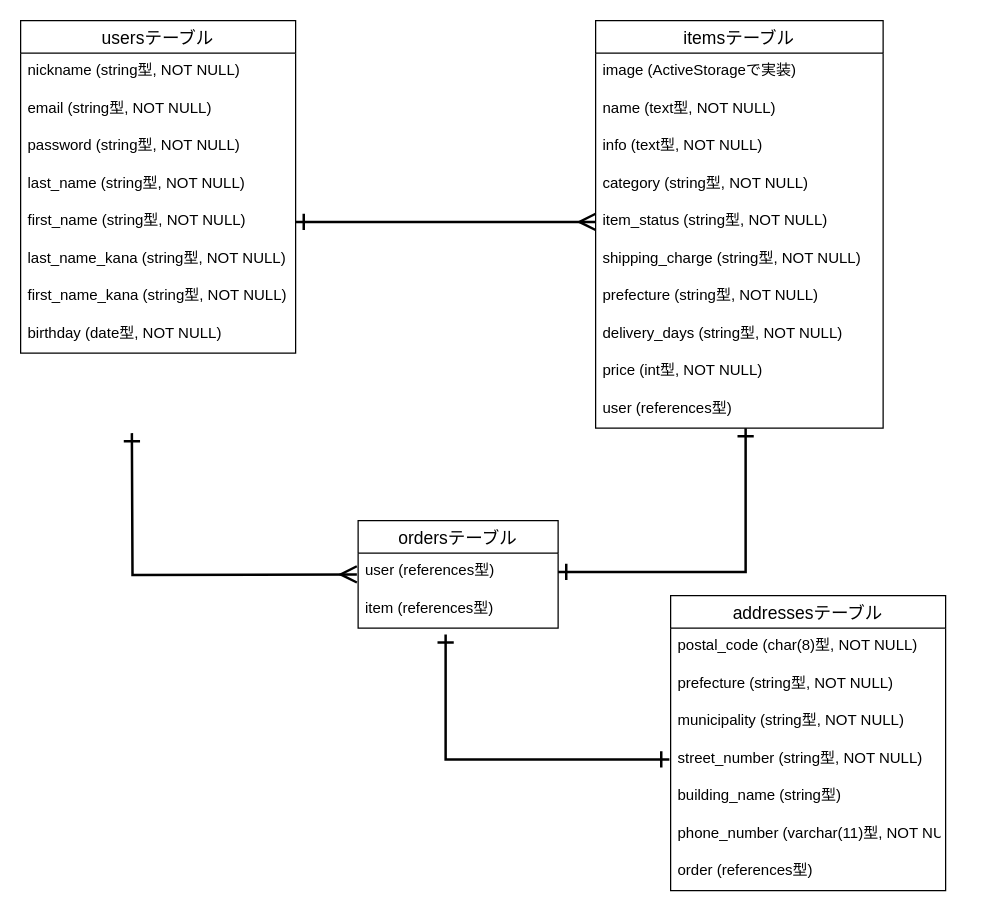
The draw.io diagram ER.dio in hardyhoshi/furima-33004, before the edit. Source tidied: cells renumbered, new cells numbered last; positions are measured from the earlier drawing's top-left corner, leaving out a move shared by most shapes. Both pictures are drawn from the tidied source at 125%, with x=0, y=0 at pixel (20, 20).
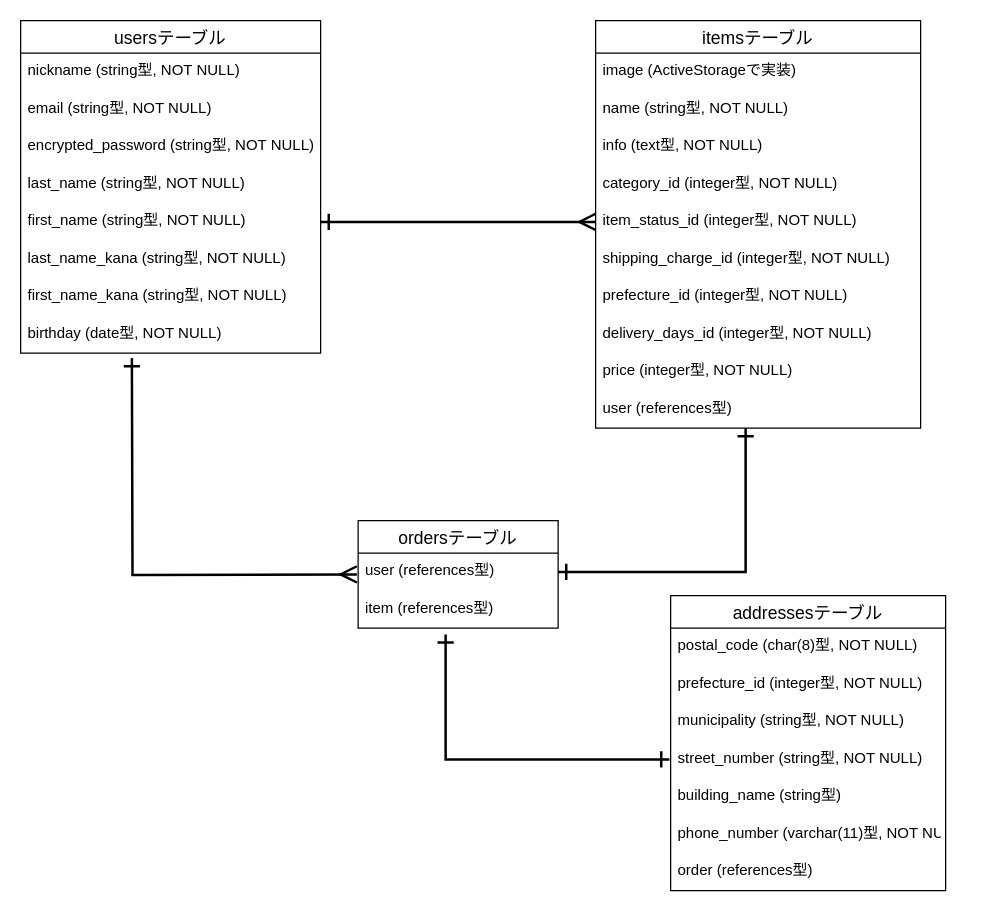
Above is the later version.

The change refers to these unchanged cells:
```xml
<mxCell id="11" value="addressesテーブル" style="swimlane;fontStyle=0;horizontal=1;startSize=26;align=center;fontSize=14;" parent="1" vertex="1">
  <mxGeometry x="520" y="460" width="220" height="236" as="geometry" />
</mxCell>
```

The edit, as a diff of the source:
```diff
@@
     <mxCell id="2" value="usersテーブル" style="swimlane;fontStyle=0;horizontal=1;startSize=26;align=center;fontSize=14;" parent="1" vertex="1">
-      <mxGeometry width="220" height="266" as="geometry" />
+      <mxGeometry width="240" height="266" as="geometry" />
     </mxCell>
     <mxCell id="3" value="nickname (string型, NOT NULL)" style="text;strokeColor=none;fillColor=none;spacingLeft=4;spacingRight=4;overflow=hidden;fontSize=12;" parent="2" vertex="1">
-      <mxGeometry y="26" width="220" height="30" as="geometry" />
+      <mxGeometry y="26" width="240" height="30" as="geometry" />
     </mxCell>
     <mxCell id="4" value="email (string型, NOT NULL)" style="text;strokeColor=none;fillColor=none;spacingLeft=4;spacingRight=4;overflow=hidden;fontSize=12;" parent="2" vertex="1">
-      <mxGeometry y="56" width="220" height="30" as="geometry" />
+      <mxGeometry y="56" width="240" height="30" as="geometry" />
     </mxCell>
-    <mxCell id="5" value="password (string型, NOT NULL)" style="text;strokeColor=none;fillColor=none;spacingLeft=4;spacingRight=4;overflow=hidden;fontSize=12;" parent="2" vertex="1">
-      <mxGeometry y="86" width="220" height="30" as="geometry" />
+    <mxCell id="5" value="encrypted_password (string型, NOT NULL)" style="text;strokeColor=none;fillColor=none;spacingLeft=4;spacingRight=4;overflow=hidden;fontSize=12;" parent="2" vertex="1">
+      <mxGeometry y="86" width="240" height="30" as="geometry" />
     </mxCell>
     <mxCell id="6" value="last_name (string型, NOT NULL)" style="text;strokeColor=none;fillColor=none;spacingLeft=4;spacingRight=4;overflow=hidden;fontSize=12;" parent="2" vertex="1">
-      <mxGeometry y="116" width="220" height="30" as="geometry" />
+      <mxGeometry y="116" width="240" height="30" as="geometry" />
     </mxCell>
     <mxCell id="7" value="first_name (string型, NOT NULL)" style="text;strokeColor=none;fillColor=none;spacingLeft=4;spacingRight=4;overflow=hidden;points=[[0,0.5],[1,0.5]];portConstraint=eastwest;fontSize=12;" parent="2" vertex="1">
-      <mxGeometry y="146" width="220" height="30" as="geometry" />
+      <mxGeometry y="146" width="240" height="30" as="geometry" />
     </mxCell>
     <mxCell id="8" value="last_name_kana (string型, NOT NULL)" style="text;strokeColor=none;fillColor=none;spacingLeft=4;spacingRight=4;overflow=hidden;fontSize=12;" parent="2" vertex="1">
-      <mxGeometry y="176" width="220" height="30" as="geometry" />
+      <mxGeometry y="176" width="240" height="30" as="geometry" />
     </mxCell>
     <mxCell id="9" value="first_name_kana (string型, NOT NULL)" style="text;strokeColor=none;fillColor=none;spacingLeft=4;spacingRight=4;overflow=hidden;fontSize=12;" parent="2" vertex="1">
-      <mxGeometry y="206" width="220" height="30" as="geometry" />
+      <mxGeometry y="206" width="240" height="30" as="geometry" />
     </mxCell>
     <mxCell id="10" value="birthday (date型, NOT NULL)" style="text;strokeColor=none;fillColor=none;spacingLeft=4;spacingRight=4;overflow=hidden;fontSize=12;" parent="2" vertex="1">
-      <mxGeometry y="236" width="220" height="30" as="geometry" />
+      <mxGeometry y="236" width="240" height="30" as="geometry" />
     </mxCell>
@@
-    <mxCell id="13" value="prefecture (string型, NOT NULL)" style="text;strokeColor=none;fillColor=none;spacingLeft=4;spacingRight=4;overflow=hidden;fontSize=12;" parent="11" vertex="1">
+    <mxCell id="13" value="prefecture_id (integer型, NOT NULL)" style="text;strokeColor=none;fillColor=none;spacingLeft=4;spacingRight=4;overflow=hidden;fontSize=12;" parent="11" vertex="1">
       <mxGeometry y="56" width="220" height="30" as="geometry" />
     </mxCell>
@@
     <mxCell id="19" value="itemsテーブル" style="swimlane;fontStyle=0;horizontal=1;startSize=26;align=center;fontSize=14;" parent="1" vertex="1">
-      <mxGeometry x="460" width="230" height="326" as="geometry" />
+      <mxGeometry x="460" width="260" height="326" as="geometry" />
     </mxCell>
     <mxCell id="20" value="image (ActiveStorageで実装)" style="text;strokeColor=none;fillColor=none;spacingLeft=4;spacingRight=4;overflow=hidden;fontSize=12;" parent="19" vertex="1">
-      <mxGeometry y="26" width="230" height="30" as="geometry" />
+      <mxGeometry y="26" width="260" height="30" as="geometry" />
     </mxCell>
-    <mxCell id="21" value="name (text型, NOT NULL)" style="text;strokeColor=none;fillColor=none;spacingLeft=4;spacingRight=4;overflow=hidden;fontSize=12;" parent="19" vertex="1">
-      <mxGeometry y="56" width="230" height="30" as="geometry" />
+    <mxCell id="21" value="name (string型, NOT NULL)" style="text;strokeColor=none;fillColor=none;spacingLeft=4;spacingRight=4;overflow=hidden;fontSize=12;" parent="19" vertex="1">
+      <mxGeometry y="56" width="260" height="30" as="geometry" />
     </mxCell>
     <mxCell id="22" value="info (text型, NOT NULL)" style="text;strokeColor=none;fillColor=none;spacingLeft=4;spacingRight=4;overflow=hidden;fontSize=12;" parent="19" vertex="1">
-      <mxGeometry y="86" width="230" height="30" as="geometry" />
+      <mxGeometry y="86" width="260" height="30" as="geometry" />
     </mxCell>
-    <mxCell id="23" value="category (string型, NOT NULL)" style="text;strokeColor=none;fillColor=none;spacingLeft=4;spacingRight=4;overflow=hidden;fontSize=12;fontStyle=0;" parent="19" vertex="1">
-      <mxGeometry y="116" width="230" height="30" as="geometry" />
+    <mxCell id="23" value="category_id (integer型, NOT NULL)" style="text;strokeColor=none;fillColor=none;spacingLeft=4;spacingRight=4;overflow=hidden;fontSize=12;fontStyle=0;" parent="19" vertex="1">
+      <mxGeometry y="116" width="260" height="30" as="geometry" />
     </mxCell>
-    <mxCell id="24" value="item_status (string型, NOT NULL)" style="text;strokeColor=none;fillColor=none;spacingLeft=4;spacingRight=4;overflow=hidden;points=[[0,0.5],[1,0.5]];portConstraint=eastwest;fontSize=12;fontStyle=0;" parent="19" vertex="1">
-      <mxGeometry y="146" width="230" height="30" as="geometry" />
+    <mxCell id="24" value="item_status_id (integer型, NOT NULL)" style="text;strokeColor=none;fillColor=none;spacingLeft=4;spacingRight=4;overflow=hidden;points=[[0,0.5],[1,0.5]];portConstraint=eastwest;fontSize=12;fontStyle=0;" parent="19" vertex="1">
+      <mxGeometry y="146" width="260" height="30" as="geometry" />
     </mxCell>
-    <mxCell id="25" value="shipping_charge (string型, NOT NULL)" style="text;strokeColor=none;fillColor=none;spacingLeft=4;spacingRight=4;overflow=hidden;fontSize=12;" parent="19" vertex="1">
-      <mxGeometry y="176" width="230" height="30" as="geometry" />
+    <mxCell id="25" value="shipping_charge_id (integer型, NOT NULL)" style="text;strokeColor=none;fillColor=none;spacingLeft=4;spacingRight=4;overflow=hidden;fontSize=12;" parent="19" vertex="1">
+      <mxGeometry y="176" width="260" height="30" as="geometry" />
     </mxCell>
-    <mxCell id="26" value="prefecture (string型, NOT NULL)" style="text;strokeColor=none;fillColor=none;spacingLeft=4;spacingRight=4;overflow=hidden;fontSize=12;" parent="19" vertex="1">
-      <mxGeometry y="206" width="230" height="30" as="geometry" />
+    <mxCell id="26" value="prefecture_id (integer型, NOT NULL)" style="text;strokeColor=none;fillColor=none;spacingLeft=4;spacingRight=4;overflow=hidden;fontSize=12;" parent="19" vertex="1">
+      <mxGeometry y="206" width="260" height="30" as="geometry" />
     </mxCell>
-    <mxCell id="27" value="delivery_days (string型, NOT NULL)" style="text;strokeColor=none;fillColor=none;spacingLeft=4;spacingRight=4;overflow=hidden;fontSize=12;" parent="19" vertex="1">
-      <mxGeometry y="236" width="230" height="30" as="geometry" />
+    <mxCell id="27" value="delivery_days_id (integer型, NOT NULL)" style="text;strokeColor=none;fillColor=none;spacingLeft=4;spacingRight=4;overflow=hidden;fontSize=12;" parent="19" vertex="1">
+      <mxGeometry y="236" width="260" height="30" as="geometry" />
     </mxCell>
-    <mxCell id="28" value="price (int型, NOT NULL)" style="text;strokeColor=none;fillColor=none;spacingLeft=4;spacingRight=4;overflow=hidden;fontSize=12;" parent="19" vertex="1">
-      <mxGeometry y="266" width="230" height="30" as="geometry" />
+    <mxCell id="28" value="price (integer型, NOT NULL)" style="text;strokeColor=none;fillColor=none;spacingLeft=4;spacingRight=4;overflow=hidden;fontSize=12;" parent="19" vertex="1">
+      <mxGeometry y="266" width="260" height="30" as="geometry" />
     </mxCell>
     <mxCell id="29" value="user (references型)" style="text;strokeColor=none;fillColor=none;spacingLeft=4;spacingRight=4;overflow=hidden;points=[[0,0.5],[1,0.5]];portConstraint=eastwest;fontSize=12;" parent="19" vertex="1">
-      <mxGeometry y="296" width="230" height="30" as="geometry" />
+      <mxGeometry y="296" width="260" height="30" as="geometry" />
     </mxCell>
     <mxCell id="30" style="edgeStyle=orthogonalEdgeStyle;rounded=0;orthogonalLoop=1;jettySize=auto;html=1;endArrow=ERone;endFill=0;startArrow=ERmany;startFill=0;strokeWidth=2;startSize=10;endSize=10;" parent="1" edge="1">
       <mxGeometry relative="1" as="geometry">
         <mxPoint x="269" y="443" as="sourcePoint" />
-        <mxPoint x="89" y="330" as="targetPoint" />
+        <mxPoint x="89" y="270" as="targetPoint" />
       </mxGeometry>
     </mxCell>
```
